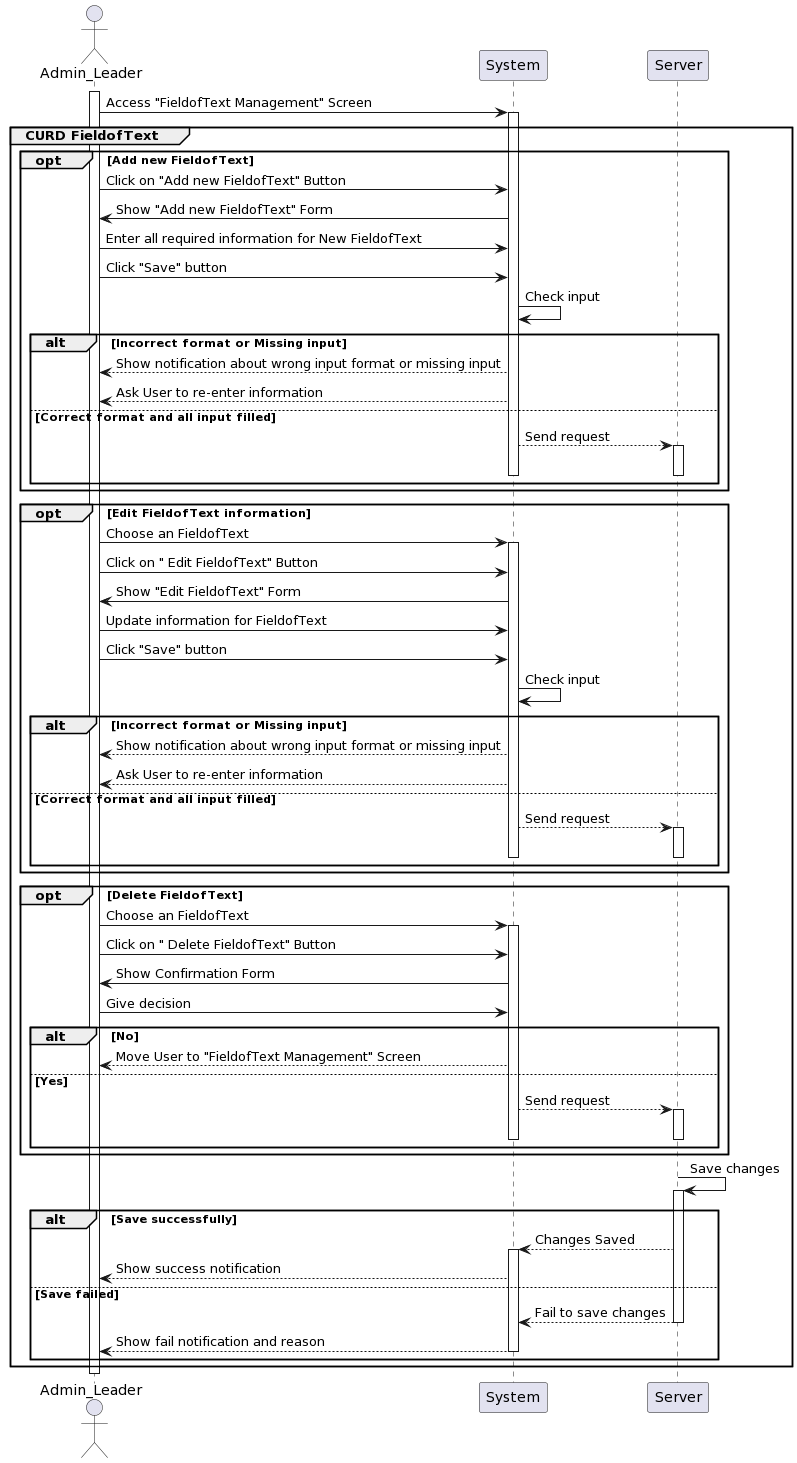
This is Lab1/Lab1.2/SequenceDiagram/SystemManagement/FieldofTextManagement/FieldofTextManagement_SequenceDiagram.png from khoapham1003/SE357-Pratice-class, a PlantUML export, as it was before one commit.
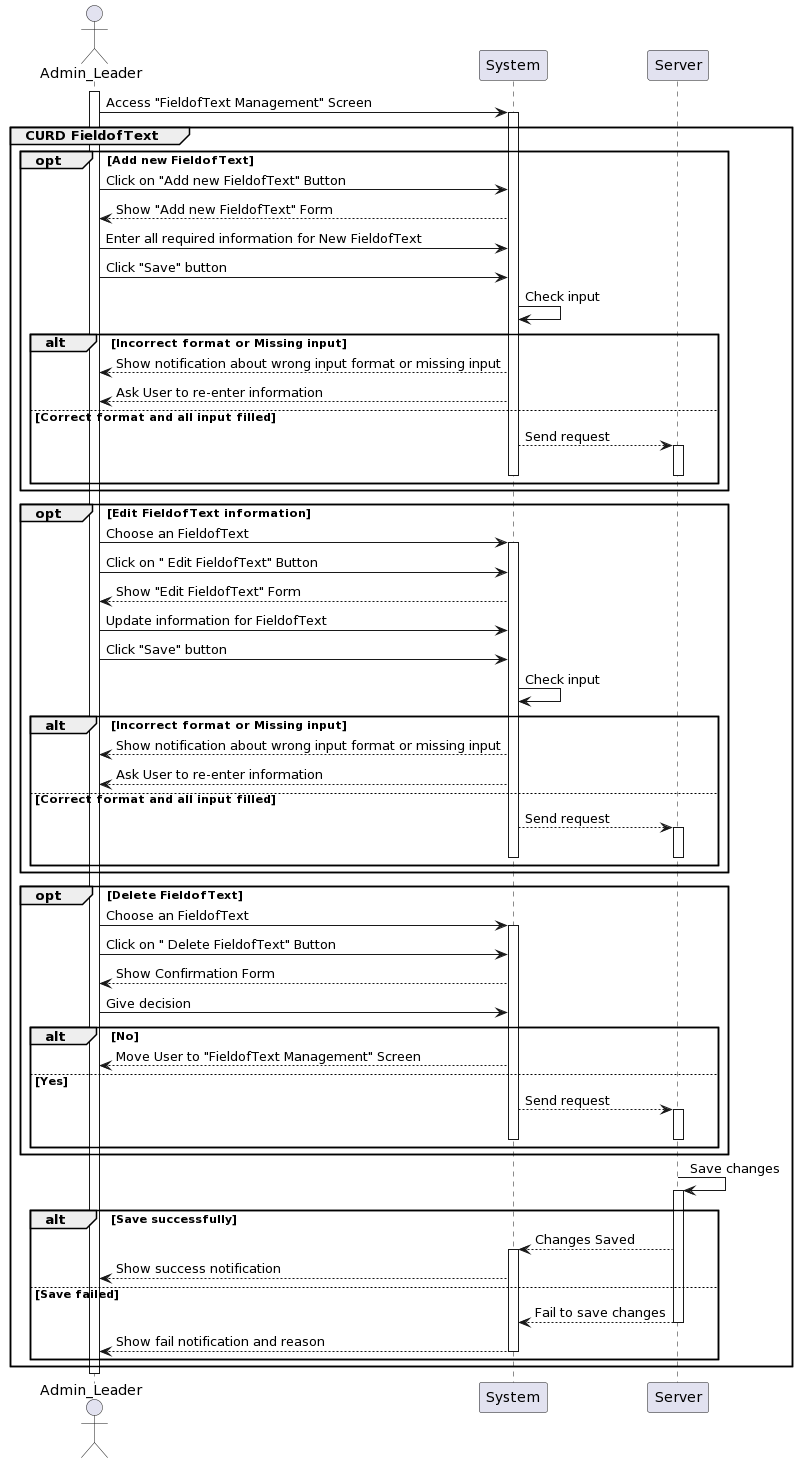
Above is the later version.

Change to the diagram source:
```diff
@@ -11,7 +11,7 @@
 
 opt Add new FieldofText
     User -> System: Click on "Add new FieldofText" Button
-    System -> User: Show "Add new FieldofText" Form
+    System --> User: Show "Add new FieldofText" Form
     User -> System: Enter all required information for New FieldofText
     User -> System: Click "Save" button
     System -> System: Check input
@@ -31,7 +31,7 @@
     User -> System: Choose an FieldofText
 activate System
     User -> System: Click on " Edit FieldofText" Button
-    System -> User: Show "Edit FieldofText" Form
+    System --> User: Show "Edit FieldofText" Form
     User -> System: Update information for FieldofText
     User -> System: Click "Save" button
     System -> System: Check input
@@ -50,7 +50,7 @@
     User -> System: Choose an FieldofText
 activate System
     User -> System: Click on " Delete FieldofText" Button
-    System -> User: Show Confirmation Form
+    System --> User: Show Confirmation Form
     User -> System: Give decision
     alt No
         System--> User: Move User to "FieldofText Management" Screen
```
